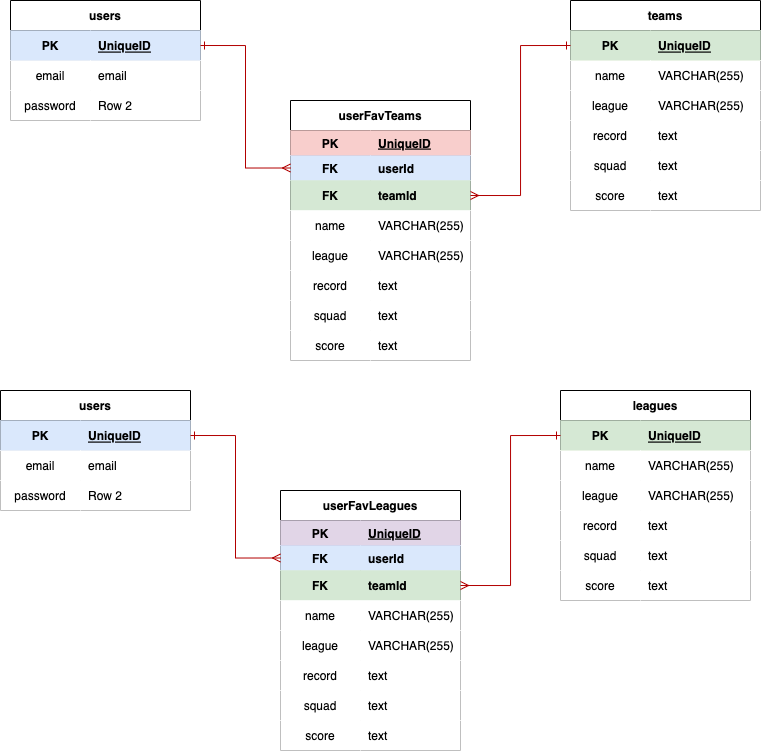
Earlier version of the draw.io export readmeimgs/fandb.drawio.png (vijaylpersad/project-2-fandb). Source tidied: cells renumbered, new cells last; positions are measured from the earlier drawing's top-left corner, leaving out a move shared by most shapes.
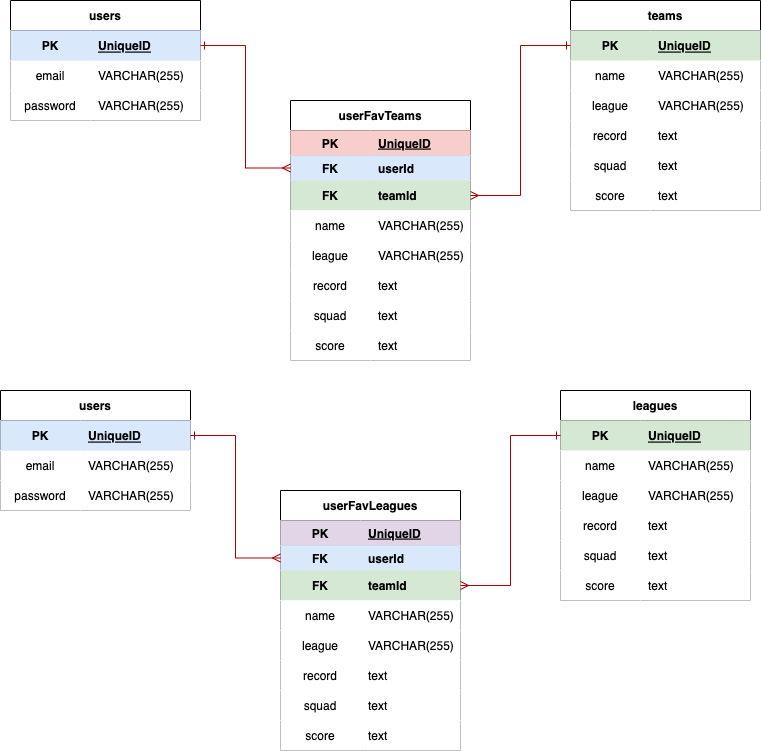
Later version of the same file.

Change to the diagram source:
```diff
@@ -20,7 +20,7 @@
     <mxCell id="7" value="email" style="shape=partialRectangle;top=0;left=0;bottom=0;right=0;overflow=hidden;" parent="6" vertex="1">
       <mxGeometry width="80" height="30" as="geometry" />
     </mxCell>
-    <mxCell id="8" value="email" style="shape=partialRectangle;top=0;left=0;bottom=0;right=0;align=left;spacingLeft=6;overflow=hidden;" parent="6" vertex="1">
+    <mxCell id="8" value="VARCHAR(255)" style="shape=partialRectangle;top=0;left=0;bottom=0;right=0;align=left;spacingLeft=6;overflow=hidden;" parent="6" vertex="1">
       <mxGeometry x="80" width="110" height="30" as="geometry" />
     </mxCell>
     <mxCell id="9" style="shape=tableRow;horizontal=0;startSize=0;swimlaneHead=0;swimlaneBody=0;top=0;left=0;right=0;bottom=0;" parent="2" vertex="1">
@@ -29,7 +29,7 @@
     <mxCell id="10" value="password" style="shape=partialRectangle;top=0;left=0;bottom=0;right=0;overflow=hidden;" parent="9" vertex="1">
       <mxGeometry width="80" height="30" as="geometry" />
     </mxCell>
-    <mxCell id="11" value="Row 2" style="shape=partialRectangle;top=0;left=0;bottom=0;right=0;align=left;spacingLeft=6;overflow=hidden;" parent="9" vertex="1">
+    <mxCell id="11" value="VARCHAR(255)" style="shape=partialRectangle;top=0;left=0;bottom=0;right=0;align=left;spacingLeft=6;overflow=hidden;" parent="9" vertex="1">
       <mxGeometry x="80" width="110" height="30" as="geometry" />
     </mxCell>
     <mxCell id="12" value="teams" style="shape=table;startSize=30;rowLines=0;fontStyle=1;align=center;" parent="1" vertex="1">
@@ -188,7 +188,7 @@
     <mxCell id="63" value="email" style="shape=partialRectangle;top=0;left=0;bottom=0;right=0;overflow=hidden;" parent="62" vertex="1">
       <mxGeometry width="80" height="30" as="geometry" />
     </mxCell>
-    <mxCell id="64" value="email" style="shape=partialRectangle;top=0;left=0;bottom=0;right=0;align=left;spacingLeft=6;overflow=hidden;" parent="62" vertex="1">
+    <mxCell id="64" value="VARCHAR(255)" style="shape=partialRectangle;top=0;left=0;bottom=0;right=0;align=left;spacingLeft=6;overflow=hidden;" parent="62" vertex="1">
       <mxGeometry x="80" width="110" height="30" as="geometry" />
     </mxCell>
     <mxCell id="65" style="shape=tableRow;horizontal=0;startSize=0;swimlaneHead=0;swimlaneBody=0;top=0;left=0;right=0;bottom=0;" parent="58" vertex="1">
@@ -197,7 +197,7 @@
     <mxCell id="66" value="password" style="shape=partialRectangle;top=0;left=0;bottom=0;right=0;overflow=hidden;" parent="65" vertex="1">
       <mxGeometry width="80" height="30" as="geometry" />
     </mxCell>
-    <mxCell id="67" value="Row 2" style="shape=partialRectangle;top=0;left=0;bottom=0;right=0;align=left;spacingLeft=6;overflow=hidden;" parent="65" vertex="1">
+    <mxCell id="67" value="VARCHAR(255)" style="shape=partialRectangle;top=0;left=0;bottom=0;right=0;align=left;spacingLeft=6;overflow=hidden;" parent="65" vertex="1">
       <mxGeometry x="80" width="110" height="30" as="geometry" />
     </mxCell>
     <mxCell id="68" value="leagues" style="shape=table;startSize=30;rowLines=0;fontStyle=1;align=center;" parent="1" vertex="1">
```
